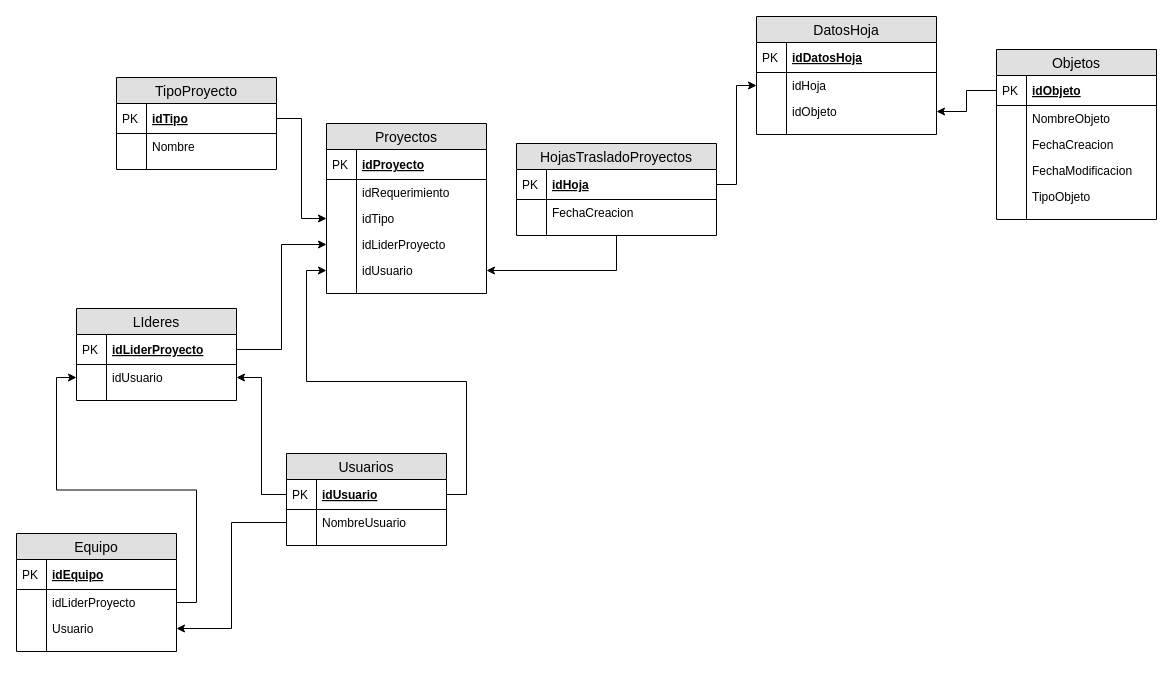
Earlier version of the draw.io diagram DiagramaNuevo.drawio (IrvinDevFlores/RequerimientosPro). Source tidied: cells renumbered, new cells numbered last; positions are measured from the earlier drawing's top-left corner, leaving out a move shared by most shapes. Both pictures are drawn from the tidied source at 100%, with x=0, y=0 at pixel (16, 16).
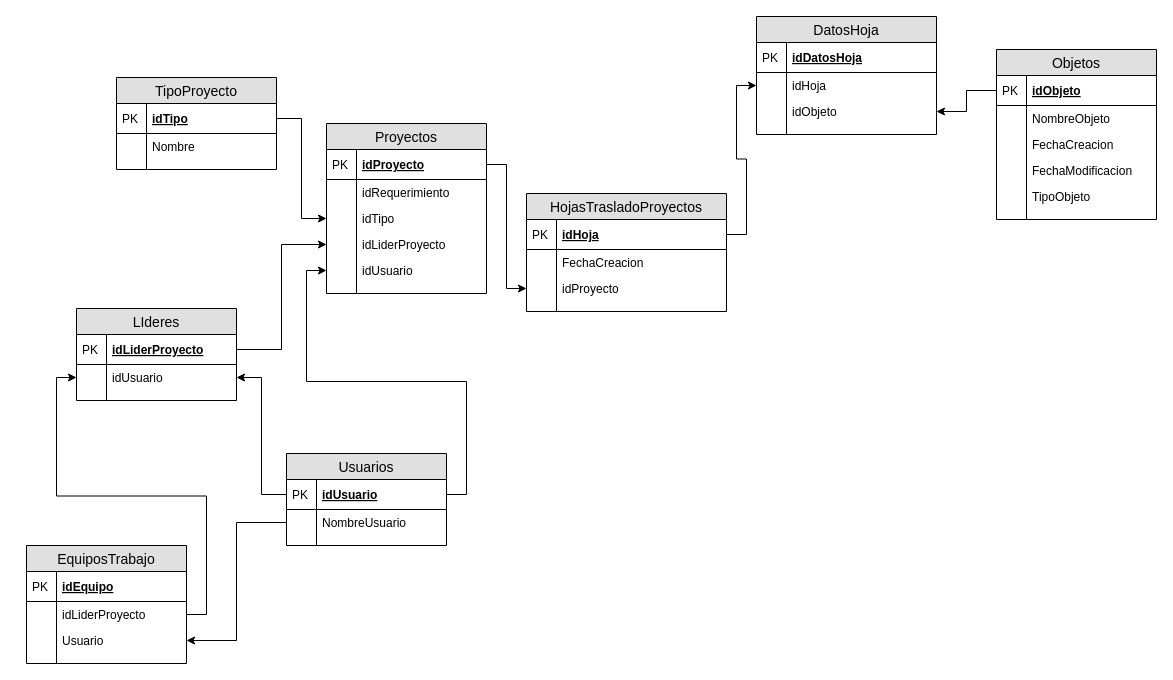
The same diagram, later.

Unchanged cells that the change refers to:
```xml
<mxCell id="3" value="idProyecto" style="shape=partialRectangle;top=0;left=0;right=0;bottom=1;align=left;verticalAlign=middle;fillColor=none;spacingLeft=34;spacingRight=4;overflow=hidden;points=[[0,0.5],[1,0.5]];portConstraint=eastwest;fontStyle=5;fontSize=12;" parent="2" vertex="1">
  <mxGeometry y="26" width="160" height="30" as="geometry" />
</mxCell>
<mxCell id="11" value="idUsuario" style="shape=partialRectangle;top=0;left=0;right=0;bottom=0;align=left;verticalAlign=top;fillColor=none;spacingLeft=34;spacingRight=4;overflow=hidden;points=[[0,0.5],[1,0.5]];portConstraint=eastwest;fontSize=12;" parent="2" vertex="1">
  <mxGeometry y="134" width="160" height="26" as="geometry" />
</mxCell>
```

Change to the diagram source:
```diff
@@
-    <mxCell id="15" style="edgeStyle=orthogonalEdgeStyle;rounded=0;jettySize=auto;html=1;" parent="1" edge="1" source="16" target="11">
-      <mxGeometry relative="1" as="geometry" />
-    </mxCell>
     <mxCell id="16" value="HojasTrasladoProyectos" style="swimlane;fontStyle=0;horizontal=1;startSize=26;fillColor=#e0e0e0;swimlaneFillColor=#ffffff;align=center;fontSize=14;" parent="1" vertex="1">
-      <mxGeometry x="500" y="127" width="200" height="92" as="geometry" />
+      <mxGeometry x="510" y="177" width="200" height="118" as="geometry" />
     </mxCell>
@@
+    <mxCell id="83" value="idProyecto" style="shape=partialRectangle;top=0;left=0;right=0;bottom=0;align=left;verticalAlign=top;fillColor=none;spacingLeft=34;spacingRight=4;overflow=hidden;points=[[0,0.5],[1,0.5]];portConstraint=eastwest;fontSize=12;" parent="16" vertex="1">
+      <mxGeometry y="82" width="200" height="26" as="geometry" />
+    </mxCell>
+    <mxCell id="84" style="shape=partialRectangle;top=0;left=0;bottom=0;fillColor=none;align=left;verticalAlign=top;spacingLeft=4;spacingRight=4;overflow=hidden;fontSize=12;" parent="83" vertex="1">
+      <mxGeometry width="30" height="26" as="geometry" />
+    </mxCell>
     <mxCell id="21" style="shape=partialRectangle;top=0;left=0;right=0;bottom=0;align=left;verticalAlign=top;fillColor=none;spacingLeft=34;spacingRight=4;overflow=hidden;fontSize=12;" parent="16" vertex="1">
-      <mxGeometry y="82" width="200" height="10" as="geometry" />
+      <mxGeometry y="108" width="200" height="10" as="geometry" />
     </mxCell>
@@
-    <mxCell id="54" value="Equipo" style="swimlane;fontStyle=0;horizontal=1;startSize=26;fillColor=#e0e0e0;swimlaneFillColor=#ffffff;align=center;fontSize=14;" parent="1" vertex="1">
-      <mxGeometry y="517" width="160" height="118" as="geometry" />
+    <mxCell id="54" value="EquiposTrabajo" style="swimlane;fontStyle=0;horizontal=1;startSize=26;fillColor=#e0e0e0;swimlaneFillColor=#ffffff;align=center;fontSize=14;" parent="1" vertex="1">
+      <mxGeometry x="10" y="529" width="160" height="118" as="geometry" />
     </mxCell>
@@
+    <mxCell id="85" style="edgeStyle=orthogonalEdgeStyle;rounded=0;jettySize=auto;html=1;entryX=0;entryY=0.5;entryDx=0;entryDy=0;" parent="1" edge="1" source="3" target="83">
+      <mxGeometry relative="1" as="geometry" />
+    </mxCell>
```
